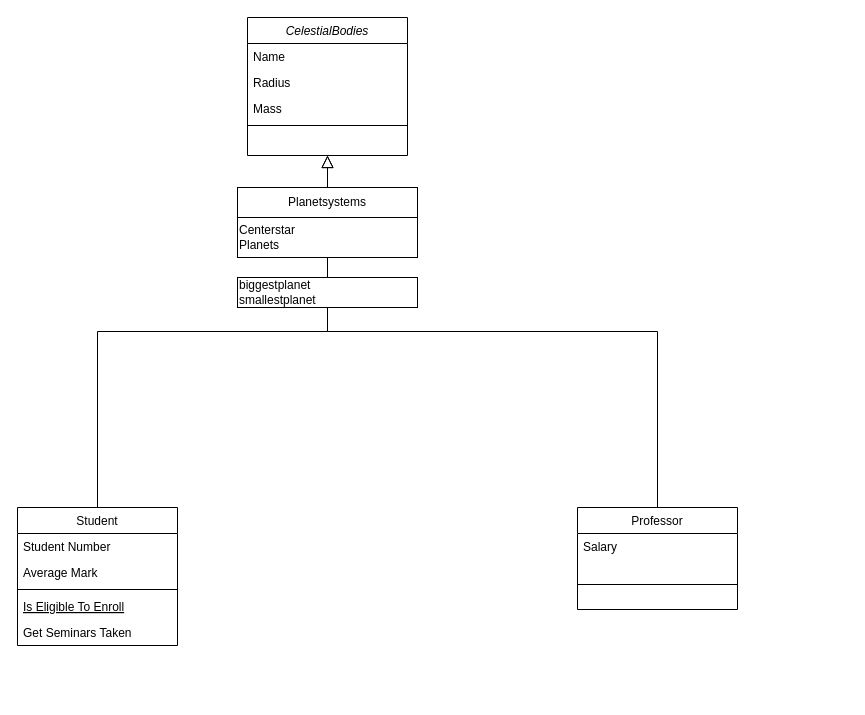
The draw.io diagram Oblig2/Oblig3.drawio in swhipz/Repo_skole, before the edit. Source tidied: cells renumbered, new cells numbered last; positions are measured from the earlier drawing's top-left corner, leaving out a move shared by most shapes. Both pictures are drawn from the tidied source at 100%, with x=0, y=0 at pixel (17, 17).
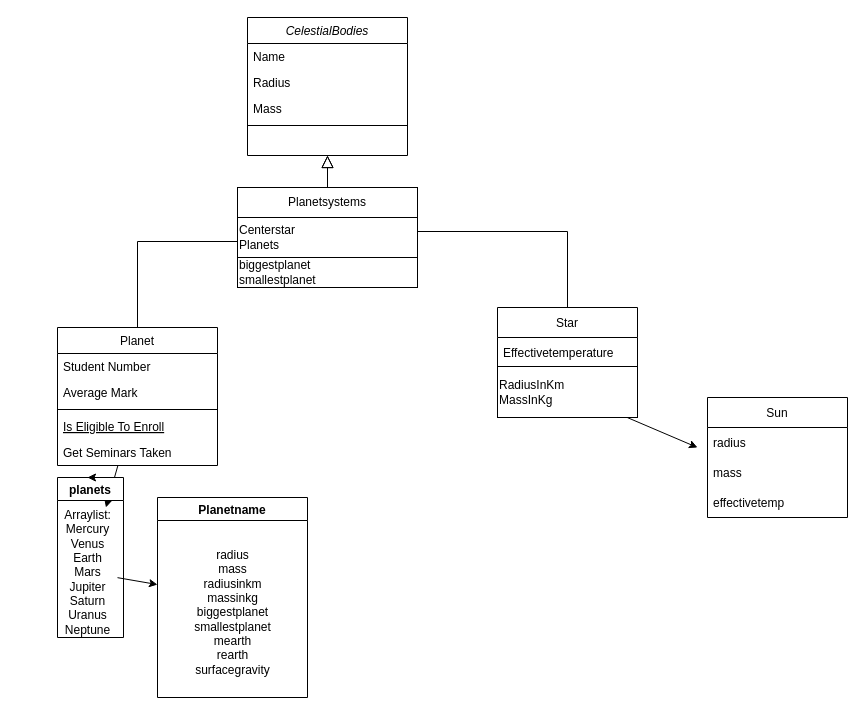
The same diagram, later.

Unchanged cells that the change refers to:
```xml
<mxCell id="2" value="CelestialBodies" style="swimlane;fontStyle=2;align=center;verticalAlign=top;horizontal=1;startSize=26;rounded=0;shadow=0;strokeWidth=1;" parent="1" vertex="1">
  <mxGeometry x="230" width="160" height="138" as="geometry" />
</mxCell>
```

What changed in the source:
```diff
@@
+    <mxCell id="21" style="edgeStyle=none;rounded=0;jettySize=auto;html=1;" parent="1" edge="1" source="7" target="31">
+      <mxGeometry relative="1" as="geometry" />
+    </mxCell>
-    <mxCell id="7" value="Student" style="swimlane;fontStyle=0;align=center;verticalAlign=top;horizontal=1;startSize=26;rounded=0;shadow=0;strokeWidth=1;" parent="1" vertex="1">
-      <mxGeometry y="490" width="160" height="138" as="geometry" />
+    <mxCell id="7" value="Planet" style="swimlane;fontStyle=0;align=center;verticalAlign=top;horizontal=1;startSize=26;rounded=0;shadow=0;strokeWidth=1;" parent="1" vertex="1">
+      <mxGeometry x="40" y="310" width="160" height="138" as="geometry" />
     </mxCell>
@@
-    <mxCell id="14" value="Professor" style="swimlane;fontStyle=0;align=center;verticalAlign=top;horizontal=1;startSize=26;rounded=0;shadow=0;strokeWidth=1;" parent="1" vertex="1">
-      <mxGeometry x="560" y="490" width="160" height="102" as="geometry" />
-    </mxCell>
-    <mxCell id="15" value="Salary" style="text;align=left;verticalAlign=top;spacingLeft=4;spacingRight=4;overflow=hidden;" parent="14" vertex="1">
-      <mxGeometry y="26" width="160" height="26" as="geometry" />
-    </mxCell>
-    <mxCell id="16" style="line;html=1;strokeWidth=1;align=left;verticalAlign=middle;spacingTop=-1;spacingLeft=3;spacingRight=3;labelPosition=right;" parent="14" vertex="1">
-      <mxGeometry y="52" width="160" height="50" as="geometry" />
-    </mxCell>
-    <mxCell id="17" style="endArrow=block;endSize=10;endFill=0;shadow=0;strokeWidth=1;rounded=0;edgeStyle=elbowEdgeStyle;elbow=vertical;" parent="1" edge="1" source="14" target="2">
-      <mxGeometry relative="1" as="geometry" />
+    <mxCell id="17" style="endArrow=block;endSize=10;endFill=0;shadow=0;strokeWidth=1;rounded=0;edgeStyle=elbowEdgeStyle;elbow=vertical;" parent="1" edge="1" target="2">
+      <mxGeometry relative="1" as="geometry">
+        <mxPoint x="550" y="290" as="sourcePoint" />
+      </mxGeometry>
     </mxCell>
@@
     <mxCell id="20" value="biggestplanet&lt;br&gt;smallestplanet" style="whiteSpace=wrap;html=1;align=left;" parent="1" vertex="1">
-      <mxGeometry x="220" y="260" width="180" height="30" as="geometry" />
+      <mxGeometry x="220" y="240" width="180" height="30" as="geometry" />
     </mxCell>
+    <mxCell id="22" value="Star" style="swimlane;fontStyle=0;horizontal=1;startSize=30;" parent="1" vertex="1">
+      <mxGeometry x="480" y="290" width="140" height="60" as="geometry" />
+    </mxCell>
+    <mxCell id="23" value="Effectivetemperature" style="text;strokeColor=none;fillColor=none;align=left;verticalAlign=middle;spacingLeft=4;spacingRight=4;overflow=hidden;" parent="22" vertex="1">
+      <mxGeometry y="30" width="140" height="30" as="geometry" />
+    </mxCell>
+    <mxCell id="24" style="edgeStyle=none;rounded=0;jettySize=auto;html=1;" parent="1" edge="1" source="25">
+      <mxGeometry relative="1" as="geometry">
+        <mxPoint x="680" y="430" as="targetPoint" />
+      </mxGeometry>
+    </mxCell>
+    <mxCell id="25" value="RadiusInKm&lt;br&gt;MassInKg" style="rounded=0;whiteSpace=wrap;html=1;align=left;" parent="1" vertex="1">
+      <mxGeometry x="480" y="349" width="140" height="51" as="geometry" />
+    </mxCell>
+    <mxCell id="26" value="Sun" style="swimlane;fontStyle=0;horizontal=1;startSize=30;" parent="1" vertex="1">
+      <mxGeometry x="690" y="380" width="140" height="120" as="geometry" />
+    </mxCell>
+    <mxCell id="27" value="radius" style="text;strokeColor=none;fillColor=none;align=left;verticalAlign=middle;spacingLeft=4;spacingRight=4;overflow=hidden;" parent="26" vertex="1">
+      <mxGeometry y="30" width="140" height="30" as="geometry" />
+    </mxCell>
+    <mxCell id="28" value="mass" style="text;strokeColor=none;fillColor=none;align=left;verticalAlign=middle;spacingLeft=4;spacingRight=4;overflow=hidden;" parent="26" vertex="1">
+      <mxGeometry y="60" width="140" height="30" as="geometry" />
+    </mxCell>
+    <mxCell id="29" value="effectivetemp" style="text;strokeColor=none;fillColor=none;align=left;verticalAlign=middle;spacingLeft=4;spacingRight=4;overflow=hidden;" parent="26" vertex="1">
+      <mxGeometry y="90" width="140" height="30" as="geometry" />
+    </mxCell>
+    <mxCell id="30" value="planets" style="swimlane;" parent="1" vertex="1">
+      <mxGeometry x="40" y="460" width="66" height="160" as="geometry" />
+    </mxCell>
+    <mxCell id="31" value="Arraylist:&lt;br&gt;Mercury&lt;br&gt;Venus&lt;br&gt;Earth&lt;br&gt;Mars&lt;br&gt;Jupiter&lt;br&gt;Saturn&lt;br&gt;Uranus&lt;br&gt;Neptune" style="text;html=1;align=center;verticalAlign=middle;points=[];strokeColor=none;fillColor=none;" parent="30" vertex="1">
+      <mxGeometry y="30" width="60" height="130" as="geometry" />
+    </mxCell>
+    <mxCell id="32" style="edgeStyle=none;rounded=0;orthogonalLoop=1;jettySize=auto;html=1;entryX=0.5;entryY=1;entryDx=0;entryDy=0;" parent="1" edge="1" source="30" target="30">
+      <mxGeometry relative="1" as="geometry" />
+    </mxCell>
+    <mxCell id="33" style="edgeStyle=none;rounded=0;orthogonalLoop=1;jettySize=auto;html=1;exitX=0.5;exitY=0;exitDx=0;exitDy=0;" parent="1" edge="1" source="30" target="30">
+      <mxGeometry relative="1" as="geometry">
+        <Array as="points">
+          <mxPoint x="70" y="460" />
+        </Array>
+      </mxGeometry>
+    </mxCell>
+    <mxCell id="34" value="Planetname" style="swimlane;" parent="1" vertex="1">
+      <mxGeometry x="140" y="480" width="150" height="200" as="geometry" />
+    </mxCell>
+    <mxCell id="35" value="radius&lt;br&gt;mass&lt;br&gt;radiusinkm&lt;br&gt;massinkg&lt;br&gt;biggestplanet&lt;br&gt;smallestplanet&lt;br&gt;mearth&lt;br&gt;rearth&lt;br&gt;surfacegravity" style="text;html=1;align=center;verticalAlign=middle;strokeColor=none;fillColor=none;" parent="34" vertex="1">
+      <mxGeometry x="30" y="50" width="90" height="130" as="geometry" />
+    </mxCell>
+    <mxCell id="36" style="edgeStyle=none;rounded=0;jettySize=auto;html=1;" parent="1" edge="1" source="31" target="34">
+      <mxGeometry relative="1" as="geometry" />
+    </mxCell>
```
